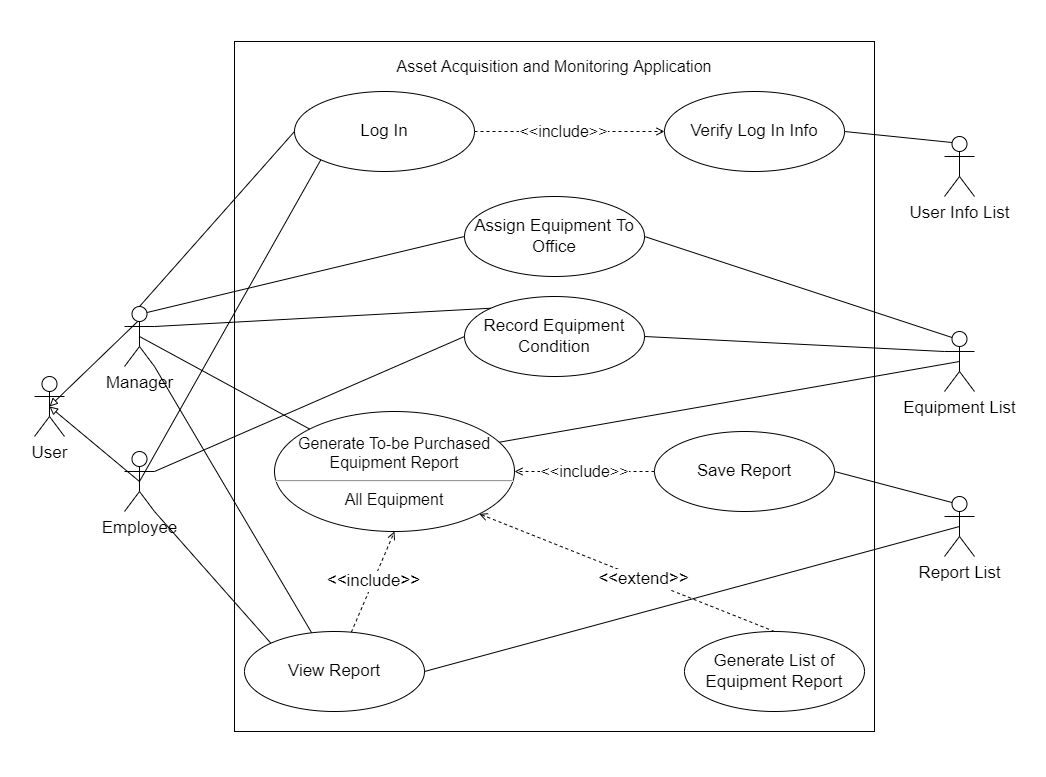
The draw.io diagram UMLS/Use Case.drawio.png in KillaDrex/Asset-Acquisition-Monitoring-System, before a commit. Source tidied: cells renumbered, new cells last; positions are measured from the earlier drawing's top-left corner, leaving out a move shared by most shapes.
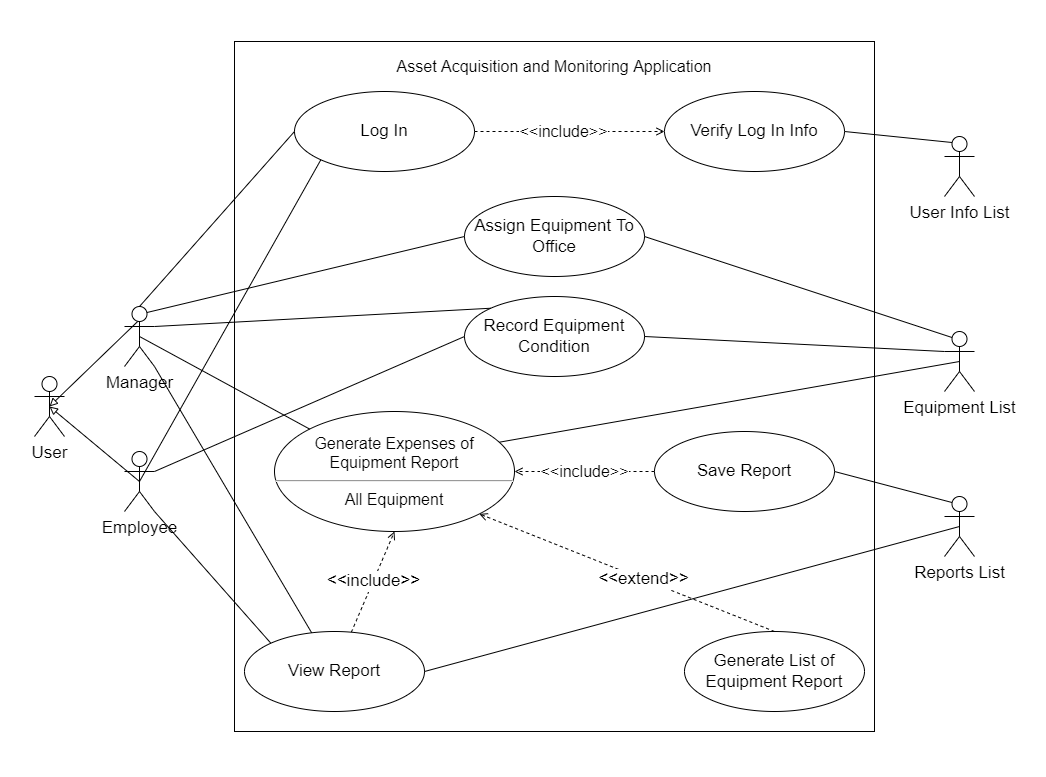
The same diagram one commit later.

The edit, as a diff of the source:
```diff
@@ -25,7 +25,7 @@
     <mxCell id="7" value="Record Equipment Condition" style="ellipse;whiteSpace=wrap;html=1;fontSize=17;" parent="1" vertex="1">
       <mxGeometry x="464" y="296" width="180" height="80" as="geometry" />
     </mxCell>
-    <mxCell id="8" value="Generate To-be Purchased Equipment Report&lt;br style=&quot;font-size: 16px;&quot;&gt;&lt;hr style=&quot;font-size: 16px;&quot;&gt;All Equipment" style="ellipse;whiteSpace=wrap;html=1;fontSize=16;" parent="1" vertex="1">
+    <mxCell id="8" value="Generate Expenses of Equipment Report&lt;br style=&quot;font-size: 16px;&quot;&gt;&lt;hr style=&quot;font-size: 16px;&quot;&gt;All Equipment" style="ellipse;whiteSpace=wrap;html=1;fontSize=16;" parent="1" vertex="1">
       <mxGeometry x="274" y="411" width="240" height="120" as="geometry" />
     </mxCell>
     <mxCell id="9" value="&amp;lt;&amp;lt;extend&amp;gt;&amp;gt;" style="edgeStyle=none;rounded=0;jettySize=auto;html=1;exitX=0.5;exitY=0;exitDx=0;exitDy=0;entryX=1;entryY=1;entryDx=0;entryDy=0;dashed=1;fontSize=17;endArrow=open;endFill=0;strokeColor=default;" parent="1" edge="1" source="10" target="8">
@@ -109,7 +109,7 @@
     <mxCell id="35" style="edgeStyle=none;rounded=0;jettySize=auto;html=1;exitX=0.25;exitY=0.1;exitDx=0;exitDy=0;exitPerimeter=0;entryX=1;entryY=0.5;entryDx=0;entryDy=0;fontSize=16;endArrow=none;endFill=0;strokeColor=default;" parent="1" edge="1" source="36" target="38">
       <mxGeometry relative="1" as="geometry" />
     </mxCell>
-    <mxCell id="36" value="Report List" style="shape=umlActor;verticalLabelPosition=bottom;verticalAlign=top;html=1;outlineConnect=0;fontSize=17;" parent="1" vertex="1">
+    <mxCell id="36" value="Reports List" style="shape=umlActor;verticalLabelPosition=bottom;verticalAlign=top;html=1;outlineConnect=0;fontSize=17;" parent="1" vertex="1">
       <mxGeometry x="944" y="496" width="30" height="60" as="geometry" />
     </mxCell>
     <mxCell id="37" value="&amp;lt;&amp;lt;include&amp;gt;&amp;gt;" style="edgeStyle=none;rounded=0;jettySize=auto;html=1;exitX=0;exitY=0.5;exitDx=0;exitDy=0;entryX=1;entryY=0.5;entryDx=0;entryDy=0;fontSize=16;endArrow=open;endFill=0;strokeColor=default;dashed=1;" parent="1" edge="1" source="38" target="8">
```
